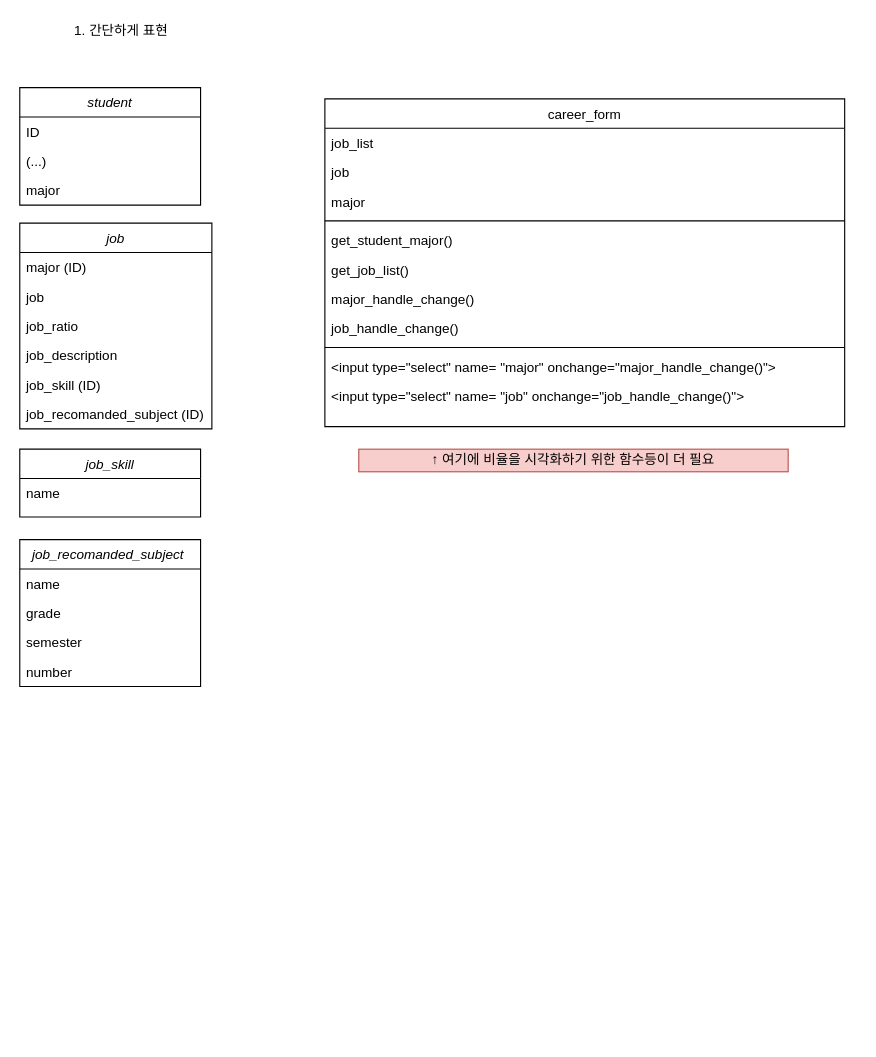
Earlier version of the draw.io diagram func1_simple.drawio (yelimpark/software_engineering). Source tidied: cells renumbered, new cells numbered last; positions are measured from the earlier drawing's top-left corner, leaving out a move shared by most shapes. Both pictures are drawn from the tidied source at 113%, with x=0, y=0 at pixel (19, 19).
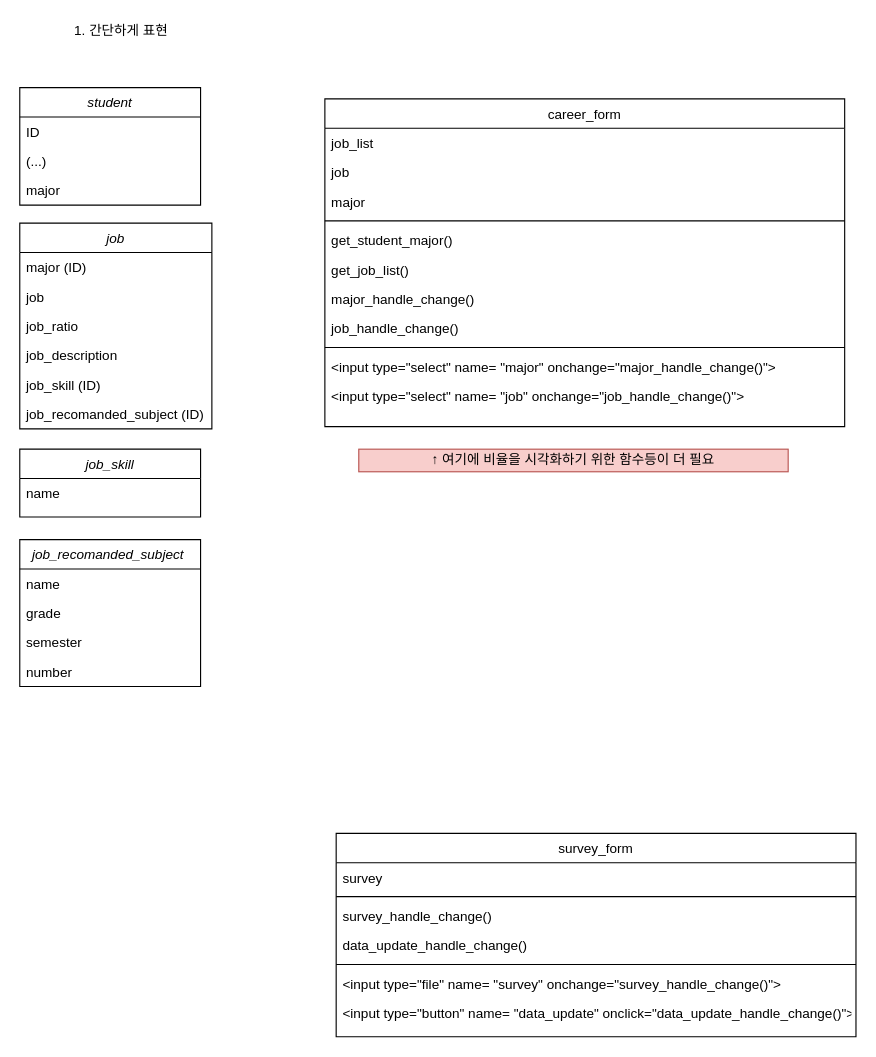
After the change.

Change to the diagram source:
```diff
@@
+    <mxCell id="34" value="survey_form" style="swimlane;fontStyle=0;align=center;verticalAlign=top;horizontal=1;startSize=26;rounded=0;shadow=0;strokeWidth=1;" parent="1" vertex="1">
+      <mxGeometry x="280" y="720" width="460" height="180" as="geometry" />
+    </mxCell>
+    <mxCell id="35" value="survey" style="text;align=left;verticalAlign=top;spacingLeft=4;spacingRight=4;overflow=hidden;rounded=0;shadow=0;html=0;" parent="34" vertex="1">
+      <mxGeometry y="26" width="460" height="26" as="geometry" />
+    </mxCell>
+    <mxCell id="36" style="line;html=1;strokeWidth=1;align=left;verticalAlign=middle;spacingTop=-1;spacingLeft=3;spacingRight=3;labelPosition=right;" parent="34" vertex="1">
+      <mxGeometry y="52" width="460" height="8" as="geometry" />
+    </mxCell>
+    <mxCell id="37" value="survey_handle_change()" style="text;align=left;verticalAlign=top;spacingLeft=4;spacingRight=4;overflow=hidden;" parent="34" vertex="1">
+      <mxGeometry y="60" width="460" height="26" as="geometry" />
+    </mxCell>
+    <mxCell id="38" value="data_update_handle_change()" style="text;align=left;verticalAlign=top;spacingLeft=4;spacingRight=4;overflow=hidden;" parent="34" vertex="1">
+      <mxGeometry y="86" width="460" height="26" as="geometry" />
+    </mxCell>
+    <mxCell id="39" style="line;html=1;strokeWidth=1;align=left;verticalAlign=middle;spacingTop=-1;spacingLeft=3;spacingRight=3;labelPosition=right;" parent="34" vertex="1">
+      <mxGeometry y="112" width="460" height="8" as="geometry" />
+    </mxCell>
+    <mxCell id="40" value="&lt;input type=&quot;file&quot; name= &quot;survey&quot; onchange=&quot;survey_handle_change()&quot;&gt;" style="text;align=left;verticalAlign=top;spacingLeft=4;spacingRight=4;overflow=hidden;" parent="34" vertex="1">
+      <mxGeometry y="120" width="460" height="26" as="geometry" />
+    </mxCell>
+    <mxCell id="41" value="&lt;input type=&quot;button&quot; name= &quot;data_update&quot; onclick=&quot;data_update_handle_change()&quot;&gt;" style="text;align=left;verticalAlign=top;spacingLeft=4;spacingRight=4;overflow=hidden;rounded=0;shadow=0;html=0;" parent="34" vertex="1">
+      <mxGeometry y="146" width="460" height="26" as="geometry" />
+    </mxCell>
```
